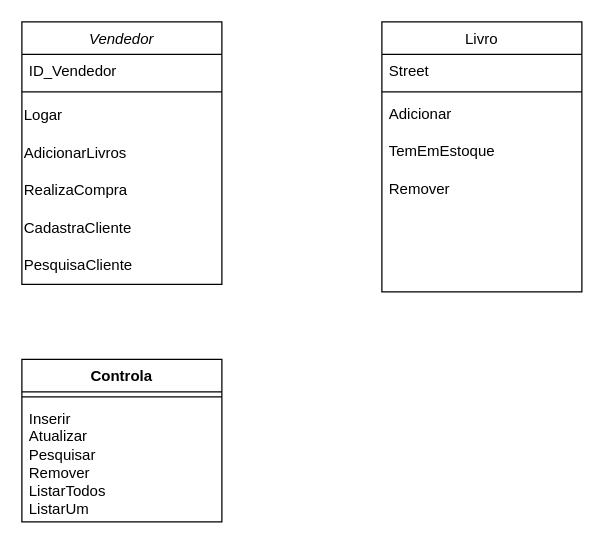
Above: Documentação/UML_Primeira_Parte.drawio in AlecrimLunar/Banco-de-dados-Livraria (draw.io), before the change. Source tidied: cells renumbered, new cells numbered last; positions are measured from the earlier drawing's top-left corner, leaving out a move shared by most shapes. Both pictures are drawn from the tidied source at 125%, with x=0, y=0 at pixel (21, 21).
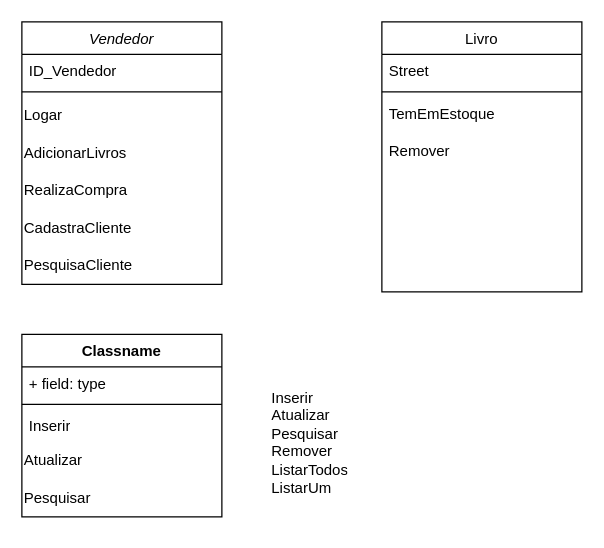
Above is the later version.

The change refers to these unchanged cells:
```xml
<mxCell id="10" value="Livro" style="swimlane;fontStyle=0;align=center;verticalAlign=top;horizontal=1;startSize=26;rounded=0;shadow=0;strokeWidth=1;" parent="1" vertex="1">
  <mxGeometry x="288" width="160" height="216" as="geometry" />
</mxCell>
```

The edit, as a diff of the source:
```diff
@@
-    <mxCell id="13" value="Adicionar&#10;" style="text;align=left;verticalAlign=top;spacingLeft=4;spacingRight=4;overflow=hidden;" parent="10" vertex="1">
-      <mxGeometry y="60" width="160" height="30" as="geometry" />
-    </mxCell>
     <mxCell id="14" value="TemEmEstoque" style="text;align=left;verticalAlign=top;spacingLeft=4;spacingRight=4;overflow=hidden;" parent="10" vertex="1">
-      <mxGeometry y="90" width="160" height="30" as="geometry" />
+      <mxGeometry y="60" width="160" height="30" as="geometry" />
     </mxCell>
     <mxCell id="15" value="Remover" style="text;align=left;verticalAlign=top;spacingLeft=4;spacingRight=4;overflow=hidden;" parent="10" vertex="1">
-      <mxGeometry y="120" width="160" height="30" as="geometry" />
+      <mxGeometry y="90" width="160" height="30" as="geometry" />
     </mxCell>
-    <mxCell id="16" value="Controla" style="swimlane;fontStyle=1;align=center;verticalAlign=top;horizontal=1;startSize=26;whiteSpace=wrap;html=1;" parent="1" vertex="1">
-      <mxGeometry y="270" width="160" height="130" as="geometry" />
-    </mxCell>
-    <mxCell id="17" style="line;strokeWidth=1;fillColor=none;align=left;verticalAlign=middle;spacingTop=-1;spacingLeft=3;spacingRight=3;labelPosition=right;strokeColor=inherit;" parent="16" vertex="1">
-      <mxGeometry y="26" width="160" height="8" as="geometry" />
-    </mxCell>
-    <mxCell id="18" value="Inserir&lt;br&gt;Atualizar&lt;br&gt;Pesquisar&lt;br&gt;Remover&lt;br&gt;ListarTodos&lt;br&gt;ListarUm" style="text;strokeColor=none;fillColor=none;align=left;verticalAlign=top;spacingLeft=4;spacingRight=4;overflow=hidden;whiteSpace=wrap;html=1;" parent="16" vertex="1">
-      <mxGeometry y="34" width="160" height="96" as="geometry" />
+    <mxCell id="18" value="Inserir&lt;br&gt;Atualizar&lt;br&gt;Pesquisar&lt;br&gt;Remover&lt;br&gt;ListarTodos&lt;br&gt;ListarUm" style="text;strokeColor=none;fillColor=none;align=left;verticalAlign=top;spacingLeft=4;spacingRight=4;overflow=hidden;whiteSpace=wrap;html=1;" parent="1" vertex="1">
+      <mxGeometry x="194" y="287" width="160" height="96" as="geometry" />
     </mxCell>
+    <mxCell id="19" value="Classname" style="swimlane;fontStyle=1;align=center;verticalAlign=top;horizontal=1;startSize=26;whiteSpace=wrap;html=1;" parent="1" vertex="1">
+      <mxGeometry y="250" width="160" height="146" as="geometry" />
+    </mxCell>
+    <mxCell id="20" value="+ field: type" style="text;strokeColor=none;fillColor=none;align=left;verticalAlign=top;spacingLeft=4;spacingRight=4;overflow=hidden;whiteSpace=wrap;html=1;" parent="19" vertex="1">
+      <mxGeometry y="26" width="160" height="26" as="geometry" />
+    </mxCell>
+    <mxCell id="21" style="line;strokeWidth=1;fillColor=none;align=left;verticalAlign=middle;spacingTop=-1;spacingLeft=3;spacingRight=3;labelPosition=right;strokeColor=inherit;" parent="19" vertex="1">
+      <mxGeometry y="52" width="160" height="8" as="geometry" />
+    </mxCell>
+    <mxCell id="22" value="Inserir" style="text;strokeColor=none;fillColor=none;align=left;verticalAlign=top;spacingLeft=4;spacingRight=4;overflow=hidden;whiteSpace=wrap;html=1;" parent="19" vertex="1">
+      <mxGeometry y="60" width="160" height="26" as="geometry" />
+    </mxCell>
+    <mxCell id="23" value="Atualizar" style="text;html=1;align=left;verticalAlign=middle;strokeColor=none;fillColor=none;" parent="19" vertex="1">
+      <mxGeometry y="86" width="160" height="30" as="geometry" />
+    </mxCell>
+    <mxCell id="24" value="Pesquisar" style="text;html=1;align=left;verticalAlign=middle;strokeColor=none;fillColor=none;" parent="19" vertex="1">
+      <mxGeometry y="116" width="160" height="30" as="geometry" />
+    </mxCell>
```
